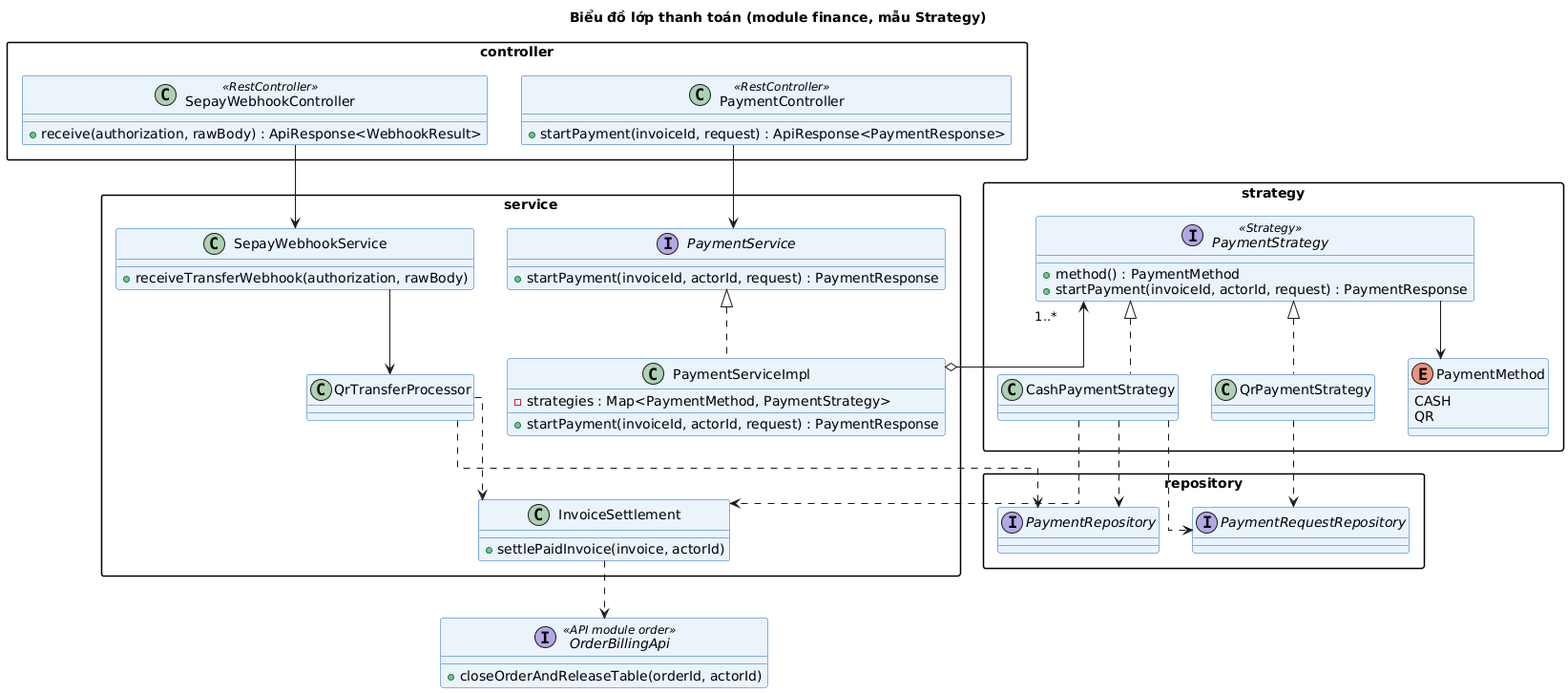
Before: docs/bao-cao-ltnc/uml/class-thanh-toan.png, a diagram exported from PlantUML (Anpham120/restaurant-management-system). Source of this version:
```plantuml
@startuml
!include _style.iuml
title Biểu đồ lớp thanh toán (module finance, mẫu Strategy)
skinparam linetype ortho

package "controller" {
  class PaymentController <<RestController>> {
    + startPayment(invoiceId, request) : ApiResponse<PaymentResponse>
  }
  class SepayWebhookController <<RestController>> {
    + receive(authorization, rawBody) : ApiResponse<WebhookResult>
  }
}
package "service" {
  interface PaymentService {
    + startPayment(invoiceId, actorId, request) : PaymentResponse
  }
  class PaymentServiceImpl {
    - strategies : Map<PaymentMethod, PaymentStrategy>
    + startPayment(invoiceId, actorId, request) : PaymentResponse
  }
  class SepayWebhookService {
    + receiveTransferWebhook(authorization, rawBody)
  }
  class QrTransferProcessor
  class InvoiceSettlement {
    + settlePaidInvoice(invoice, actorId)
  }
}
package "strategy" {
  interface PaymentStrategy <<Strategy>> {
    + method() : PaymentMethod
    + startPayment(invoiceId, actorId, request) : PaymentResponse
  }
  class CashPaymentStrategy
  class QrPaymentStrategy
  enum PaymentMethod {
    CASH
    QR
  }
}
package "repository" {
  interface PaymentRequestRepository
  interface PaymentRepository
}
interface OrderBillingApi <<API module order>> {
  + closeOrderAndReleaseTable(orderId, actorId)
}

PaymentController --> PaymentService
PaymentService <|.. PaymentServiceImpl
PaymentServiceImpl o--> "1..*" PaymentStrategy
PaymentStrategy <|.. CashPaymentStrategy
PaymentStrategy <|.. QrPaymentStrategy
PaymentStrategy --> PaymentMethod
SepayWebhookController --> SepayWebhookService
SepayWebhookService --> QrTransferProcessor
CashPaymentStrategy ..> InvoiceSettlement
QrTransferProcessor ..> InvoiceSettlement
CashPaymentStrategy ..> PaymentRequestRepository
CashPaymentStrategy ..> PaymentRepository
QrPaymentStrategy ..> PaymentRequestRepository
QrTransferProcessor ..> PaymentRepository
InvoiceSettlement ..> OrderBillingApi
@enduml
```
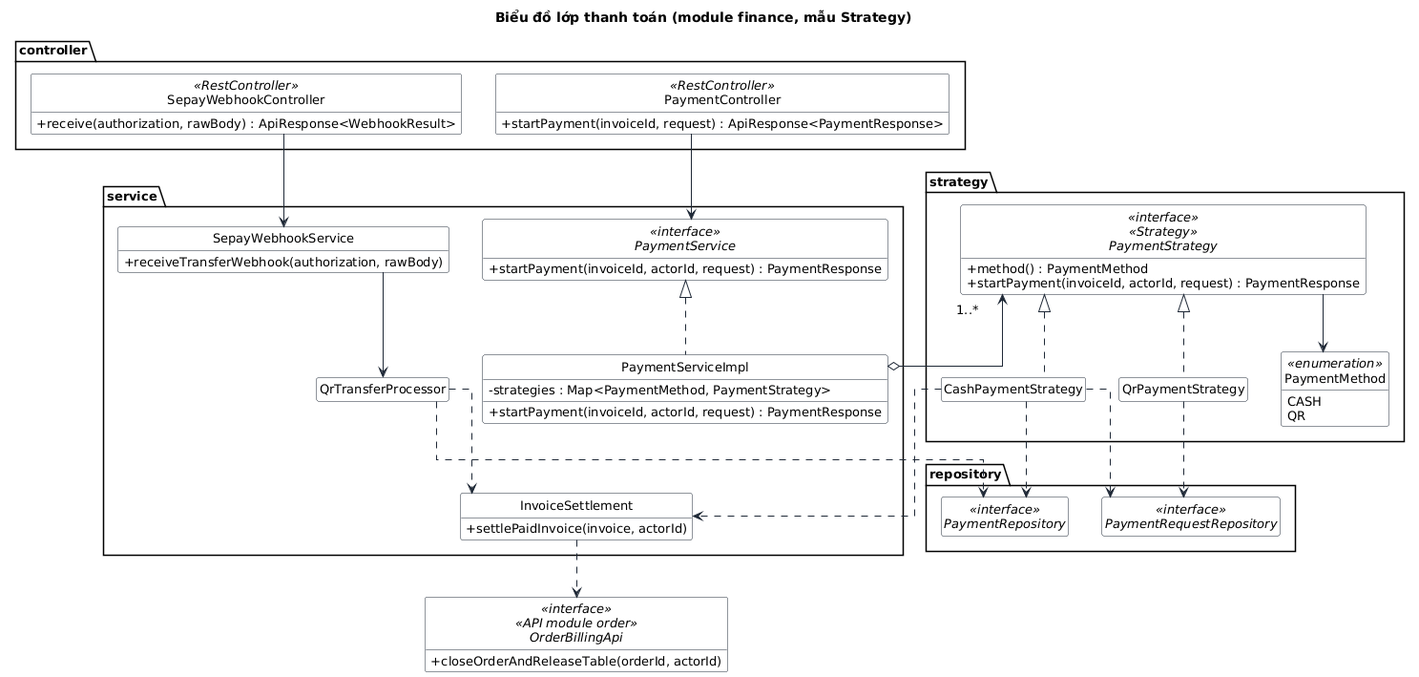
The same file after the commit.

Change to the diagram source:
```diff
@@ -1,5 +1,7 @@
 @startuml
 !include _style.iuml
+skinparam style strictuml
+hide empty members
 title Biểu đồ lớp thanh toán (module finance, mẫu Strategy)
 skinparam linetype ortho
 
@@ -12,7 +14,7 @@
   }
 }
 package "service" {
-  interface PaymentService {
+  interface PaymentService <<interface>> {
     + startPayment(invoiceId, actorId, request) : PaymentResponse
   }
   class PaymentServiceImpl {
@@ -28,22 +30,22 @@
   }
 }
 package "strategy" {
-  interface PaymentStrategy <<Strategy>> {
+  interface PaymentStrategy <<interface>> <<Strategy>> {
     + method() : PaymentMethod
     + startPayment(invoiceId, actorId, request) : PaymentResponse
   }
   class CashPaymentStrategy
   class QrPaymentStrategy
-  enum PaymentMethod {
+  enum PaymentMethod <<enumeration>> {
     CASH
     QR
   }
 }
 package "repository" {
-  interface PaymentRequestRepository
-  interface PaymentRepository
+  interface PaymentRequestRepository <<interface>>
+  interface PaymentRepository <<interface>>
 }
-interface OrderBillingApi <<API module order>> {
+interface OrderBillingApi <<interface>> <<API module order>> {
   + closeOrderAndReleaseTable(orderId, actorId)
 }
 
```
